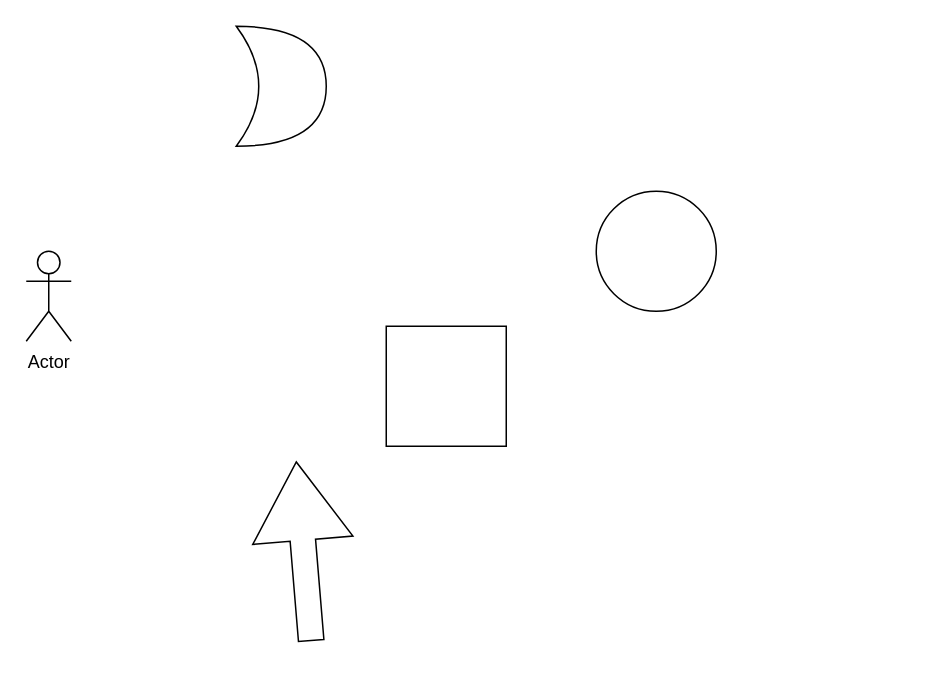
Earlier version of the draw.io diagram test2Win.drawio (youarereef/mmaps). Source tidied: cells renumbered, new cells numbered last; positions are measured from the earlier drawing's top-left corner, leaving out a move shared by most shapes. Both pictures are drawn from the tidied source at 150%, with x=0, y=0 at pixel (26, 26).
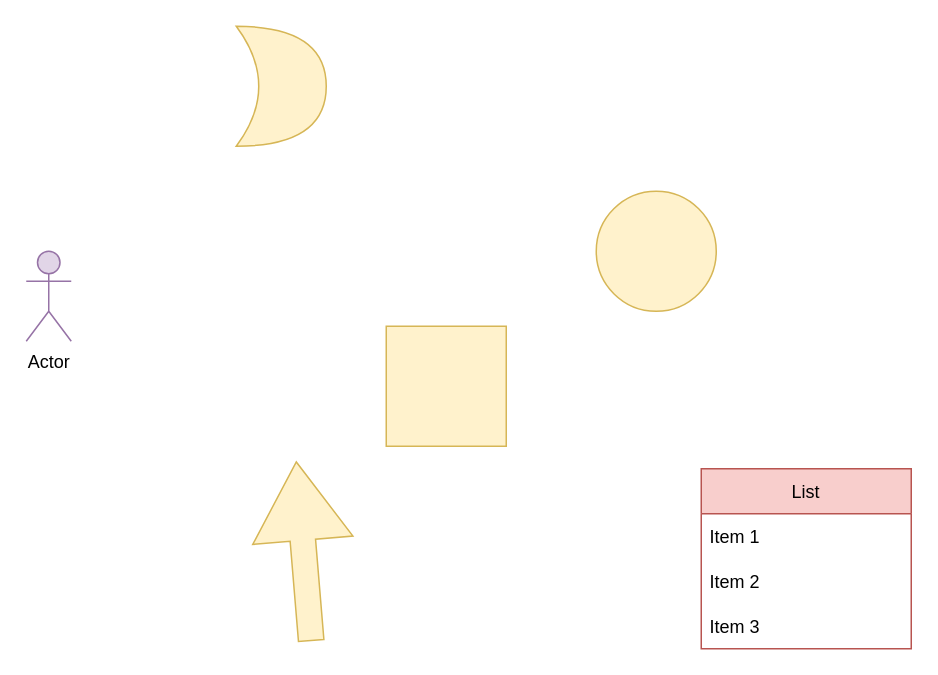
The same page after the edit.

The edit, as a diff of the source:
```diff
@@
 <mxGraphModel>
   <root>
     <mxCell id="0" />
     <mxCell id="1" parent="0" />
-    <mxCell id="2" style="whiteSpace=wrap;html=1;" parent="1" vertex="1">
+    <mxCell id="2" style="whiteSpace=wrap;html=1;fillColor=#fff2cc;strokeColor=#d6b656;" parent="1" vertex="1">
       <mxGeometry x="240" y="200" width="80" height="80" as="geometry" />
     </mxCell>
-    <mxCell id="3" style="ellipse;whiteSpace=wrap;html=1;" parent="1" vertex="1">
+    <mxCell id="3" style="ellipse;whiteSpace=wrap;html=1;fillColor=#fff2cc;strokeColor=#d6b656;" parent="1" vertex="1">
       <mxGeometry x="380" y="110" width="80" height="80" as="geometry" />
     </mxCell>
-    <mxCell id="4" value="Actor" style="shape=umlActor;verticalLabelPosition=bottom;verticalAlign=top;html=1;" parent="1" vertex="1">
+    <mxCell id="4" value="Actor" style="shape=umlActor;verticalLabelPosition=bottom;verticalAlign=top;html=1;fillColor=#e1d5e7;strokeColor=#9673a6;" parent="1" vertex="1">
       <mxGeometry y="150" width="30" height="60" as="geometry" />
     </mxCell>
-    <mxCell id="5" style="shape=xor;whiteSpace=wrap;html=1;" parent="1" vertex="1">
+    <mxCell id="5" style="shape=xor;whiteSpace=wrap;html=1;fillColor=#fff2cc;strokeColor=#d6b656;" parent="1" vertex="1">
       <mxGeometry x="140" width="60" height="80" as="geometry" />
     </mxCell>
-    <mxCell id="6" style="shape=flexArrow;endArrow=classic;html=1;rounded=0;endWidth=49;endSize=17.11;width=17;" parent="1" edge="1">
+    <mxCell id="6" style="shape=flexArrow;endArrow=classic;html=1;rounded=0;endWidth=49;endSize=17.11;width=17;fillColor=#fff2cc;strokeColor=#d6b656;" parent="1" edge="1">
       <mxGeometry relative="1" as="geometry">
         <mxPoint x="190" y="410" as="sourcePoint" />
         <mxPoint x="180" y="290" as="targetPoint" />
       </mxGeometry>
     </mxCell>
+    <mxCell id="7" value="List" style="swimlane;fontStyle=0;horizontal=1;startSize=30;fillColor=#f8cecc;strokeColor=#b85450;" parent="1" vertex="1">
+      <mxGeometry x="450" y="295" width="140" height="120" as="geometry" />
+    </mxCell>
+    <mxCell id="8" value="Item 1" style="text;strokeColor=none;fillColor=none;align=left;verticalAlign=middle;spacingLeft=4;spacingRight=4;overflow=hidden;" parent="7" vertex="1">
+      <mxGeometry y="30" width="140" height="30" as="geometry" />
+    </mxCell>
+    <mxCell id="9" value="Item 2" style="text;strokeColor=none;fillColor=none;align=left;verticalAlign=middle;spacingLeft=4;spacingRight=4;overflow=hidden;" parent="7" vertex="1">
+      <mxGeometry y="60" width="140" height="30" as="geometry" />
+    </mxCell>
+    <mxCell id="10" value="Item 3" style="text;strokeColor=none;fillColor=none;align=left;verticalAlign=middle;spacingLeft=4;spacingRight=4;overflow=hidden;" parent="7" vertex="1">
+      <mxGeometry y="90" width="140" height="30" as="geometry" />
+    </mxCell>
   </root>
 </mxGraphModel>
```
